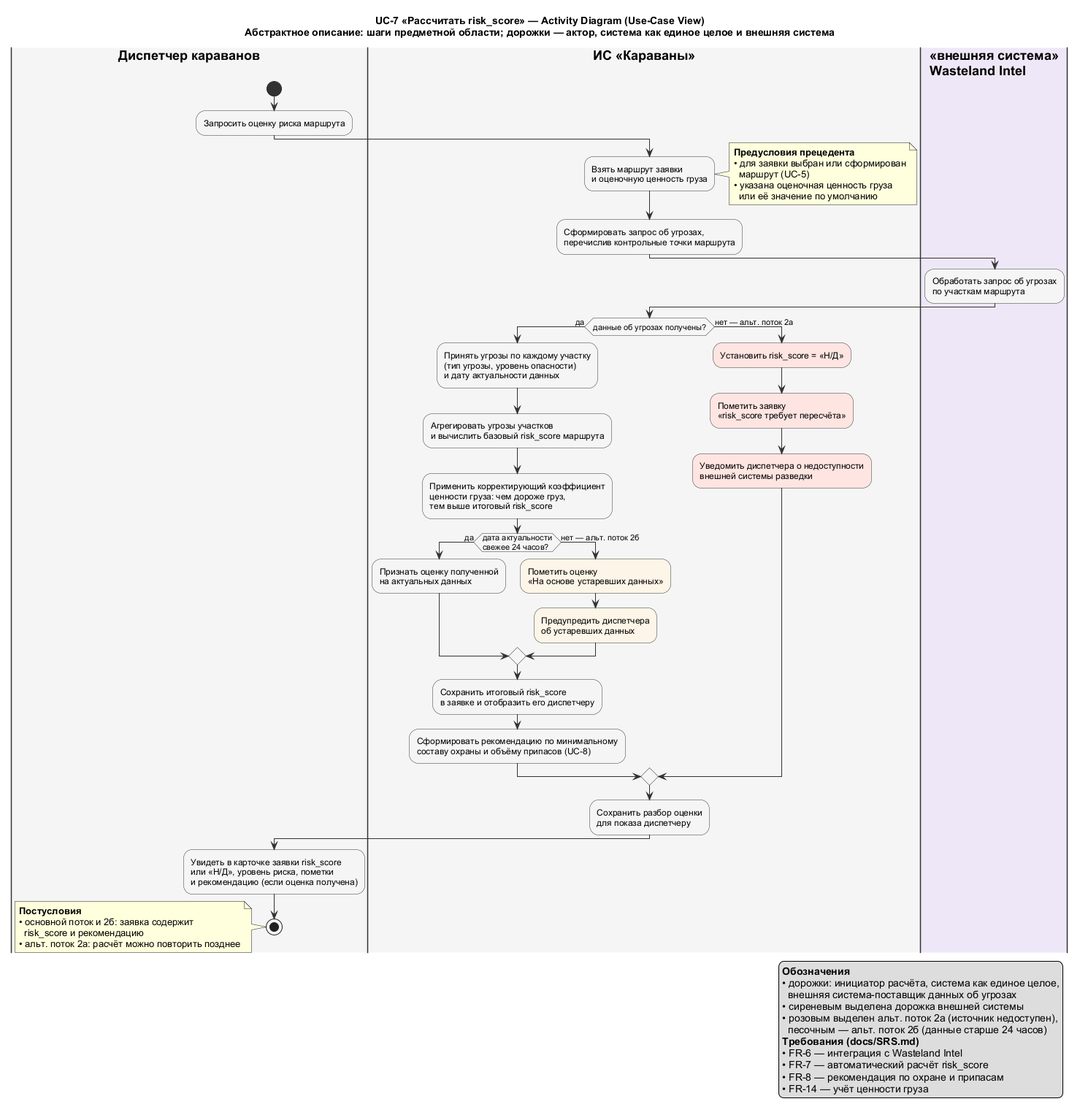
This is docs/diagrams/out/ACT_UC7_UseCaseView.png from granikartem/MPI, a PlantUML export, as it was before one commit.
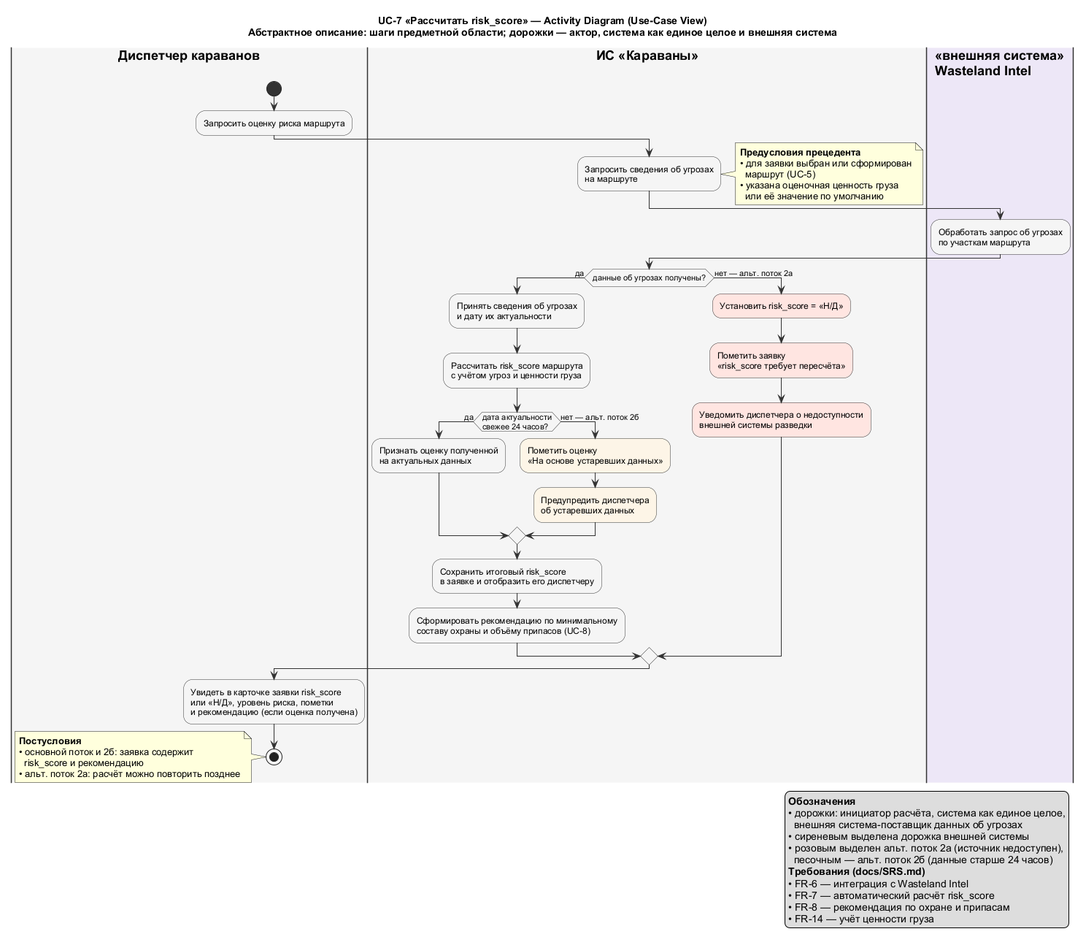
After the commit.

Commit message:
Убраны программные единицы с диаграмм Use-Case и выправлены слои на Implementation

Change to the diagram source:
```diff
@@ -19,7 +19,7 @@
 :Запросить оценку риска маршрута;
 
 |#F5F5F5|ИС «Караваны»|
-:Взять маршрут заявки\nи оценочную ценность груза;
+:Запросить сведения об угрозах\nна маршруте;
 note right
   **Предусловия прецедента**
   • для заявки выбран или сформирован
@@ -27,16 +27,14 @@
   • указана оценочная ценность груза
     или её значение по умолчанию
 end note
-:Сформировать запрос об угрозах,\nперечислив контрольные точки маршрута;
 
 |#EDE7F6|«внешняя система»\nWasteland Intel|
 :Обработать запрос об угрозах\nпо участкам маршрута;
 
 |ИС «Караваны»|
 if (данные об угрозах получены?) then (да)
-  :Принять угрозы по каждому участку\n(тип угрозы, уровень опасности)\nи дату актуальности данных;
-  :Агрегировать угрозы участков\nи вычислить базовый risk_score маршрута;
-  :Применить корректирующий коэффициент\nценности груза: чем дороже груз,\nтем выше итоговый risk_score;
+  :Принять сведения об угрозах\nи дату их актуальности;
+  :Рассчитать risk_score маршрута\nс учётом угроз и ценности груза;
   if (дата актуальности\nсвежее 24 часов?) then (да)
     :Признать оценку полученной\nна актуальных данных;
   else (нет — альт. поток 2б)
@@ -50,7 +48,6 @@
   :Пометить заявку\n«risk_score требует пересчёта»;<<#MistyRose>>
   :Уведомить диспетчера о недоступности\nвнешней системы разведки;<<#MistyRose>>
 endif
-:Сохранить разбор оценки\nдля показа диспетчеру;
 
 |Диспетчер караванов|
 :Увидеть в карточке заявки risk_score\nили «Н/Д», уровень риска, пометки\nи рекомендацию (если оценка получена);
```
